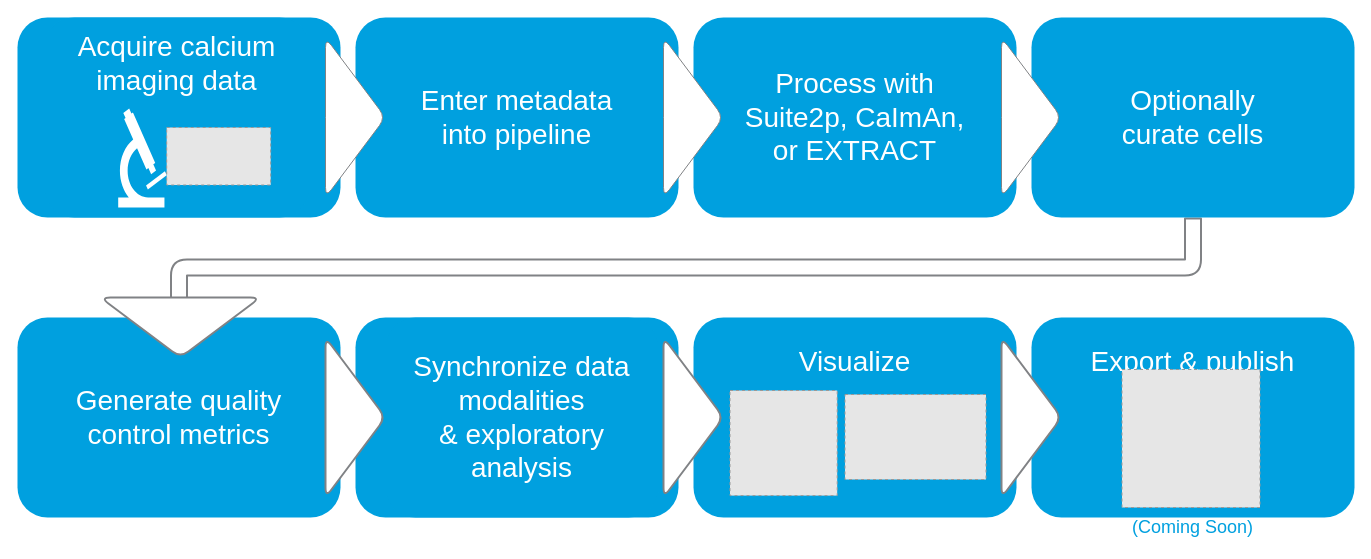
Above: images/flowchart.drawio in datajoint/element-calcium-imaging (draw.io), before the change. Source tidied: cells renumbered, new cells numbered last; positions are measured from the earlier drawing's top-left corner, leaving out a move shared by most shapes. Both pictures are drawn from the tidied source at 100%, with x=0, y=0 at pixel (17, 17). Pictures stored in the file or linked from it are replaced by grey dashed boxes.
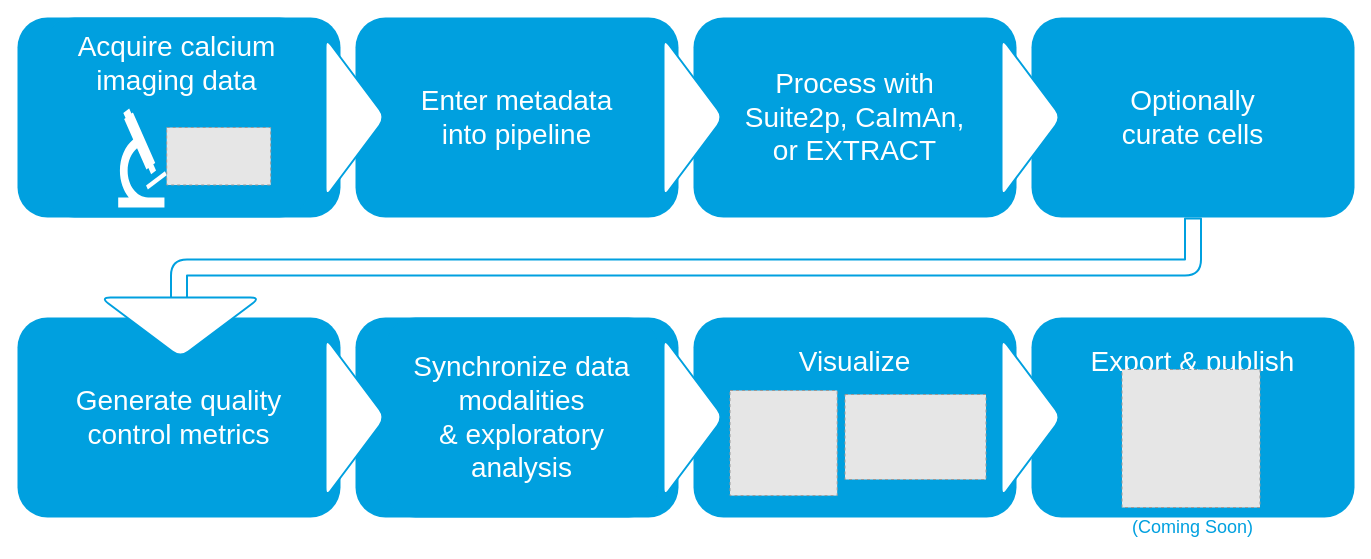
After the change.

Unchanged cells that the change refers to:
```xml
<mxCell id="3" value="Generate quality&lt;br style=&quot;font-size: 28px&quot;&gt;control metrics" style="rounded=1;whiteSpace=wrap;html=1;fontSize=28;fontFamily=Roboto Slab;labelBackgroundColor=none;fillColor=#00a0df;fontColor=#FFFFFF;strokeColor=none;" parent="1" vertex="1">
  <mxGeometry y="300" width="323" height="200" as="geometry" />
</mxCell>
<mxCell id="14" value="Optionally&lt;br style=&quot;font-size: 28px;&quot;&gt;curate cells" style="rounded=1;whiteSpace=wrap;html=1;fontSize=28;fontFamily=Roboto Slab;labelBackgroundColor=none;fillColor=#00a0df;fontColor=#FFFFFF;strokeColor=none;" parent="1" vertex="1">
  <mxGeometry x="1014" width="323" height="200" as="geometry" />
</mxCell>
```

Diff of the diagram source:
```diff
@@
-    <mxCell id="2" style="edgeStyle=orthogonalEdgeStyle;html=1;exitX=0.5;exitY=1;exitDx=0;exitDy=0;endArrow=none;endFill=0;strokeColor=#808285;strokeWidth=2;jumpSize=10;comic=0;orthogonal=0;rounded=1;startArrow=none;startFill=0;shape=flexArrow;fillColor=#FFFFFF;width=15;fontSize=28;entryX=0.5;entryY=0;entryDx=0;entryDy=0;" parent="1" edge="1" source="14" target="3">
+    <mxCell id="2" style="edgeStyle=orthogonalEdgeStyle;html=1;exitX=0.5;exitY=1;exitDx=0;exitDy=0;endArrow=none;endFill=0;strokeColor=#00A0DF;strokeWidth=2;jumpSize=10;comic=0;orthogonal=0;rounded=1;startArrow=none;startFill=0;shape=flexArrow;fillColor=#FFFFFF;width=15;fontSize=28;entryX=0.5;entryY=0;entryDx=0;entryDy=0;" parent="1" edge="1" source="14" target="3">
       <mxGeometry relative="1" as="geometry" />
     </mxCell>
@@
-    <mxCell id="8" style="triangle;whiteSpace=wrap;html=1;fillColor=#FFFFFF;rounded=1;strokeColor=#808285;fontSize=28;" parent="1" vertex="1">
+    <mxCell id="8" style="triangle;whiteSpace=wrap;html=1;fillColor=#FFFFFF;rounded=1;strokeColor=#00A0DF;fontSize=28;strokeWidth=2;" parent="1" vertex="1">
       <mxGeometry x="308" y="20" width="60" height="160" as="geometry" />
     </mxCell>
@@
-    <mxCell id="10" style="triangle;whiteSpace=wrap;html=1;fillColor=#FFFFFF;rounded=1;strokeColor=#808285;fontSize=28;" parent="1" vertex="1">
+    <mxCell id="10" style="triangle;whiteSpace=wrap;html=1;fillColor=#FFFFFF;rounded=1;strokeColor=#00A0DF;fontSize=28;strokeWidth=2;" parent="1" vertex="1">
       <mxGeometry x="646" y="20" width="60" height="160" as="geometry" />
     </mxCell>
@@
-    <mxCell id="15" style="triangle;whiteSpace=wrap;html=1;fillColor=#FFFFFF;rounded=1;strokeColor=#808285;strokeWidth=2;fontSize=28;" parent="1" vertex="1">
+    <mxCell id="15" style="triangle;whiteSpace=wrap;html=1;fillColor=#FFFFFF;rounded=1;strokeColor=#00A0DF;strokeWidth=2;fontSize=28;" parent="1" vertex="1">
       <mxGeometry x="308" y="320" width="60" height="160" as="geometry" />
     </mxCell>
-    <mxCell id="16" style="triangle;whiteSpace=wrap;html=1;fillColor=#FFFFFF;rounded=1;strokeColor=#808285;fontSize=28;" parent="1" vertex="1">
+    <mxCell id="16" style="triangle;whiteSpace=wrap;html=1;fillColor=#FFFFFF;rounded=1;strokeColor=#00A0DF;fontSize=28;strokeWidth=2;" parent="1" vertex="1">
       <mxGeometry x="984" y="20" width="60" height="160" as="geometry" />
     </mxCell>
-    <mxCell id="17" style="triangle;whiteSpace=wrap;html=1;fillColor=#FFFFFF;rounded=1;strokeColor=#808285;strokeWidth=2;fontSize=28;" parent="1" vertex="1">
+    <mxCell id="17" style="triangle;whiteSpace=wrap;html=1;fillColor=#FFFFFF;rounded=1;strokeColor=#00A0DF;strokeWidth=2;fontSize=28;" parent="1" vertex="1">
       <mxGeometry x="646" y="320" width="60" height="160" as="geometry" />
     </mxCell>
@@
-    <mxCell id="19" style="triangle;whiteSpace=wrap;html=1;fillColor=#FFFFFF;rounded=1;strokeColor=#808285;strokeWidth=2;fontSize=28;" parent="1" vertex="1">
+    <mxCell id="19" style="triangle;whiteSpace=wrap;html=1;fillColor=#FFFFFF;rounded=1;strokeColor=#00A0DF;strokeWidth=2;fontSize=28;" parent="1" vertex="1">
       <mxGeometry x="984" y="320" width="60" height="160" as="geometry" />
     </mxCell>
@@
-    <mxCell id="22" style="triangle;whiteSpace=wrap;html=1;fillColor=#FFFFFF;rounded=1;strokeColor=#808285;strokeWidth=2;rotation=90;fontSize=28;" parent="1" vertex="1">
+    <mxCell id="22" style="triangle;whiteSpace=wrap;html=1;fillColor=#FFFFFF;rounded=1;strokeColor=#00A0DF;strokeWidth=2;rotation=90;fontSize=28;" parent="1" vertex="1">
       <mxGeometry x="132.9" y="230" width="60" height="160" as="geometry" />
     </mxCell>
```
